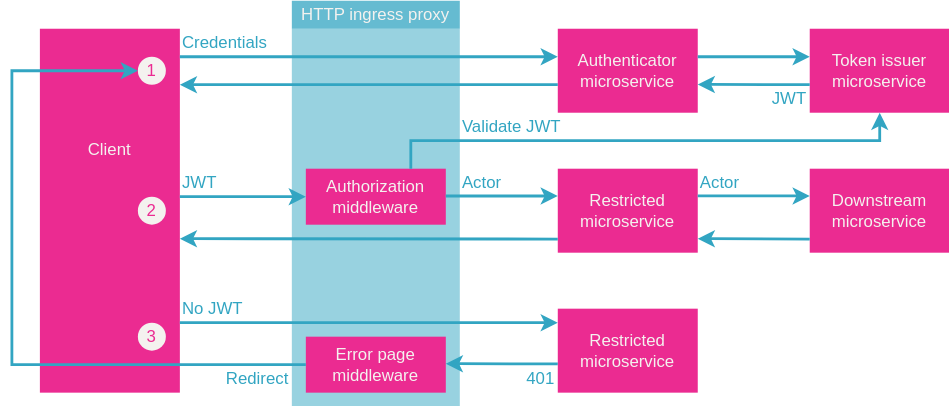
Earlier version of the draw.io export docs/blocks/authorization-1.drawio.svg (bhardwajRahul/fabric). Source tidied: cells renumbered, new cells last; positions are measured from the earlier drawing's top-left corner, leaving out a move shared by most shapes.
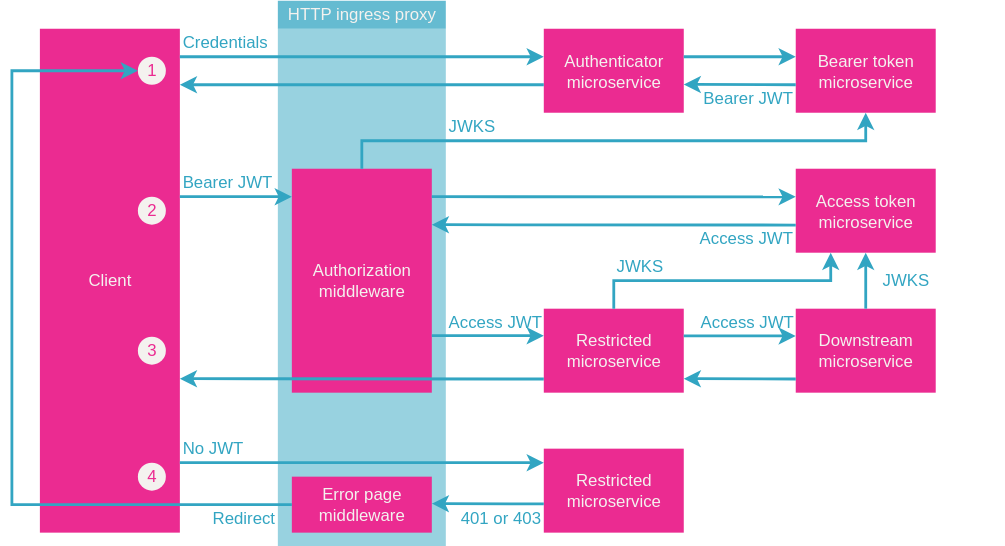
After the change.

Change to the diagram source:
```diff
@@ -2,43 +2,42 @@
   <root>
     <mxCell id="0" />
     <mxCell id="1" parent="0" />
-    <mxCell id="2" value="Client&lt;div&gt;&lt;br&gt;&lt;/div&gt;&lt;div&gt;&lt;br&gt;&lt;/div&gt;&lt;div&gt;&lt;br&gt;&lt;/div&gt;&lt;div&gt;&lt;br&gt;&lt;/div&gt;&lt;div&gt;&lt;br&gt;&lt;/div&gt;&lt;div&gt;&lt;br&gt;&lt;/div&gt;" style="rounded=0;whiteSpace=wrap;html=1;fontColor=#F4F2EF;strokeColor=none;fillColor=#EB2B91;align=center;verticalAlign=middle;fontFamily=Helvetica;fontSize=12;" parent="1" vertex="1">
-      <mxGeometry x="20" y="20" width="100" height="260" as="geometry" />
+    <mxCell id="2" value="Client" style="rounded=0;whiteSpace=wrap;html=1;fontColor=#F4F2EF;strokeColor=none;fillColor=#EB2B91;align=center;verticalAlign=middle;fontFamily=Helvetica;fontSize=12;" parent="1" vertex="1">
+      <mxGeometry x="30" y="20" width="100" height="360" as="geometry" />
     </mxCell>
     <mxCell id="3" style="rounded=0;whiteSpace=wrap;html=1;fillColor=#32A5C2;opacity=50;strokeColor=none;fontColor=#F4F2EF;" parent="1" vertex="1">
-      <mxGeometry x="200" y="20" width="120" height="270" as="geometry" />
+      <mxGeometry x="200" y="20" width="120" height="370" as="geometry" />
     </mxCell>
     <mxCell id="4" value="Authorization middleware" style="rounded=0;whiteSpace=wrap;html=1;fontColor=#F4F2EF;strokeColor=none;fillColor=#EB2B91;align=center;verticalAlign=middle;fontFamily=Helvetica;fontSize=12;" parent="1" vertex="1">
-      <mxGeometry x="210" y="120" width="100" height="40" as="geometry" />
+      <mxGeometry x="210" y="120" width="100" height="160" as="geometry" />
     </mxCell>
     <mxCell id="5" value="Authenticator microservice" style="rounded=0;whiteSpace=wrap;html=1;fontColor=#F4F2EF;strokeColor=none;fillColor=#EB2B91;align=center;verticalAlign=middle;fontFamily=Helvetica;fontSize=12;" parent="1" vertex="1">
       <mxGeometry x="390" y="20" width="100" height="60" as="geometry" />
     </mxCell>
-    <mxCell id="6" value="Token issuer&lt;div&gt;microservice&lt;/div&gt;" style="rounded=0;whiteSpace=wrap;html=1;fontColor=#F4F2EF;strokeColor=none;fillColor=#EB2B91;align=center;verticalAlign=middle;fontFamily=Helvetica;fontSize=12;" parent="1" vertex="1">
+    <mxCell id="6" value="Bearer token&lt;div&gt;microservice&lt;/div&gt;" style="rounded=0;whiteSpace=wrap;html=1;fontColor=#F4F2EF;strokeColor=none;fillColor=#EB2B91;align=center;verticalAlign=middle;fontFamily=Helvetica;fontSize=12;" parent="1" vertex="1">
       <mxGeometry x="570" y="20" width="100" height="60" as="geometry" />
     </mxCell>
-    <mxCell id="7" style="endArrow=classic;html=1;rounded=0;strokeWidth=2;strokeColor=#32A5C2;" parent="1" edge="1">
+    <mxCell id="7" style="endArrow=classic;html=1;rounded=0;strokeWidth=2;strokeColor=#32A5C2;exitX=0;exitY=1;exitDx=0;exitDy=0;" parent="1" edge="1" source="11">
       <mxGeometry relative="1" as="geometry">
-        <mxPoint x="120" y="40" as="sourcePoint" />
         <mxPoint x="390" y="40" as="targetPoint" />
       </mxGeometry>
     </mxCell>
-    <mxCell id="8" style="endArrow=classic;html=1;rounded=0;entryX=0.5;entryY=1;entryDx=0;entryDy=0;strokeWidth=2;strokeColor=#32A5C2;exitX=0.75;exitY=0;exitDx=0;exitDy=0;edgeStyle=orthogonalEdgeStyle;" parent="1" edge="1" source="4" target="6">
+    <mxCell id="8" style="endArrow=classic;html=1;rounded=0;entryX=0.5;entryY=1;entryDx=0;entryDy=0;strokeWidth=2;strokeColor=#32A5C2;exitX=0.5;exitY=0;exitDx=0;exitDy=0;edgeStyle=orthogonalEdgeStyle;" parent="1" edge="1" source="4" target="6">
       <mxGeometry relative="1" as="geometry" />
     </mxCell>
     <mxCell id="9" style="endArrow=classic;html=1;rounded=0;strokeWidth=2;strokeColor=#32A5C2;" parent="1" edge="1">
       <mxGeometry relative="1" as="geometry">
         <mxPoint x="390" y="60" as="sourcePoint" />
-        <mxPoint x="120" y="60" as="targetPoint" />
+        <mxPoint x="130" y="60" as="targetPoint" />
       </mxGeometry>
     </mxCell>
     <mxCell id="10" value="HTTP ingress proxy" style="rounded=0;whiteSpace=wrap;html=1;horizontal=1;strokeColor=none;fillColor=#32A5C2;opacity=75;shadow=0;fontColor=#F4F2EF;" parent="1" vertex="1">
       <mxGeometry x="200" width="120" height="20" as="geometry" />
     </mxCell>
     <mxCell id="11" value="Credentials" style="rounded=0;whiteSpace=wrap;html=1;dashed=1;fillColor=none;opacity=25;strokeColor=none;fontColor=#32A5C2;align=left;verticalAlign=middle;fontFamily=Helvetica;fontSize=12;" parent="1" vertex="1">
-      <mxGeometry x="120" y="20" width="70" height="20" as="geometry" />
+      <mxGeometry x="130" y="20" width="70" height="20" as="geometry" />
     </mxCell>
-    <mxCell id="12" value="JWT" style="rounded=0;whiteSpace=wrap;html=1;dashed=1;fillColor=none;opacity=25;strokeColor=none;fontColor=#32A5C2;align=right;verticalAlign=middle;fontFamily=Helvetica;fontSize=12;" parent="1" vertex="1">
+    <mxCell id="12" value="Bearer JWT" style="rounded=0;whiteSpace=wrap;html=1;dashed=1;fillColor=none;opacity=25;strokeColor=none;fontColor=#32A5C2;align=right;verticalAlign=middle;fontFamily=Helvetica;fontSize=12;" parent="1" vertex="1">
       <mxGeometry x="500" y="60" width="70" height="20" as="geometry" />
     </mxCell>
     <mxCell id="13" style="endArrow=classic;html=1;rounded=0;strokeWidth=2;strokeColor=#32A5C2;exitX=1;exitY=0.25;exitDx=0;exitDy=0;" parent="1" edge="1">
@@ -53,97 +52,125 @@
         <mxPoint x="490" y="59.8" as="targetPoint" />
       </mxGeometry>
     </mxCell>
-    <mxCell id="15" value="Validate JWT" style="rounded=0;whiteSpace=wrap;html=1;dashed=1;fillColor=none;opacity=25;strokeColor=none;fontColor=#32A5C2;align=left;verticalAlign=middle;fontFamily=Helvetica;fontSize=12;" parent="1" vertex="1">
+    <mxCell id="15" value="JWKS" style="rounded=0;whiteSpace=wrap;html=1;dashed=1;fillColor=none;opacity=25;strokeColor=none;fontColor=#32A5C2;align=left;verticalAlign=middle;fontFamily=Helvetica;fontSize=12;" parent="1" vertex="1">
       <mxGeometry x="320" y="80" width="90" height="20" as="geometry" />
     </mxCell>
     <mxCell id="16" value="1" style="ellipse;whiteSpace=wrap;html=1;rounded=0;align=center;verticalAlign=middle;fontFamily=Helvetica;fontSize=12;fontColor=#EB2B91;fillColor=#F4F2EF;strokeColor=none;" parent="1" vertex="1">
-      <mxGeometry x="90" y="40" width="20" height="20" as="geometry" />
+      <mxGeometry x="100" y="40" width="20" height="20" as="geometry" />
     </mxCell>
     <mxCell id="17" value="2" style="ellipse;whiteSpace=wrap;html=1;rounded=0;align=center;verticalAlign=middle;fontFamily=Helvetica;fontSize=12;fontColor=#EB2B91;fillColor=#F4F2EF;strokeColor=none;" parent="1" vertex="1">
-      <mxGeometry x="90" y="140" width="20" height="20" as="geometry" />
+      <mxGeometry x="100" y="140" width="20" height="20" as="geometry" />
     </mxCell>
-    <mxCell id="18" style="endArrow=classic;html=1;rounded=0;strokeWidth=2;strokeColor=#32A5C2;" parent="1" edge="1">
+    <mxCell id="18" style="endArrow=classic;html=1;rounded=0;strokeWidth=2;strokeColor=#32A5C2;exitX=0;exitY=1;exitDx=0;exitDy=0;" parent="1" edge="1" source="19">
       <mxGeometry relative="1" as="geometry">
-        <mxPoint x="120" y="140" as="sourcePoint" />
         <mxPoint x="210" y="140" as="targetPoint" />
       </mxGeometry>
     </mxCell>
-    <mxCell id="19" value="JWT" style="rounded=0;whiteSpace=wrap;html=1;dashed=1;fillColor=none;opacity=25;strokeColor=none;fontColor=#32A5C2;align=left;verticalAlign=middle;fontFamily=Helvetica;fontSize=12;" parent="1" vertex="1">
-      <mxGeometry x="120" y="120" width="70" height="20" as="geometry" />
+    <mxCell id="19" value="Bearer JWT" style="rounded=0;whiteSpace=wrap;html=1;dashed=1;fillColor=none;opacity=25;strokeColor=none;fontColor=#32A5C2;align=left;verticalAlign=middle;fontFamily=Helvetica;fontSize=12;" parent="1" vertex="1">
+      <mxGeometry x="130" y="120" width="70" height="20" as="geometry" />
     </mxCell>
     <mxCell id="20" value="Restricted&lt;div&gt;microservice&lt;/div&gt;" style="rounded=0;whiteSpace=wrap;html=1;fontColor=#F4F2EF;strokeColor=none;fillColor=#EB2B91;align=center;verticalAlign=middle;fontFamily=Helvetica;fontSize=12;" parent="1" vertex="1">
-      <mxGeometry x="390" y="120" width="100" height="60" as="geometry" />
+      <mxGeometry x="390" y="220" width="100" height="60" as="geometry" />
     </mxCell>
     <mxCell id="21" value="Downstream&lt;div&gt;microservice&lt;/div&gt;" style="rounded=0;whiteSpace=wrap;html=1;fontColor=#F4F2EF;strokeColor=none;fillColor=#EB2B91;align=center;verticalAlign=middle;fontFamily=Helvetica;fontSize=12;" parent="1" vertex="1">
-      <mxGeometry x="570" y="120" width="100" height="60" as="geometry" />
+      <mxGeometry x="570" y="220" width="100" height="60" as="geometry" />
     </mxCell>
     <mxCell id="22" style="endArrow=classic;html=1;rounded=0;strokeWidth=2;strokeColor=#32A5C2;exitX=1;exitY=0.25;exitDx=0;exitDy=0;" parent="1" edge="1">
       <mxGeometry relative="1" as="geometry">
-        <mxPoint x="310" y="139.5" as="sourcePoint" />
-        <mxPoint x="390" y="139.5" as="targetPoint" />
+        <mxPoint x="310" y="239.3" as="sourcePoint" />
+        <mxPoint x="390" y="239.3" as="targetPoint" />
       </mxGeometry>
     </mxCell>
     <mxCell id="23" style="endArrow=classic;html=1;rounded=0;strokeWidth=2;strokeColor=#32A5C2;" parent="1" edge="1">
       <mxGeometry relative="1" as="geometry">
-        <mxPoint x="390" y="170.2" as="sourcePoint" />
-        <mxPoint x="120" y="170" as="targetPoint" />
+        <mxPoint x="390" y="270.2" as="sourcePoint" />
+        <mxPoint x="130" y="270" as="targetPoint" />
       </mxGeometry>
     </mxCell>
     <mxCell id="24" style="endArrow=classic;html=1;rounded=0;strokeWidth=2;strokeColor=#32A5C2;exitX=1;exitY=0.25;exitDx=0;exitDy=0;" parent="1" edge="1">
       <mxGeometry relative="1" as="geometry">
-        <mxPoint x="490" y="139.5" as="sourcePoint" />
-        <mxPoint x="570" y="139.5" as="targetPoint" />
+        <mxPoint x="490" y="239.5" as="sourcePoint" />
+        <mxPoint x="570" y="239.5" as="targetPoint" />
       </mxGeometry>
     </mxCell>
     <mxCell id="25" style="endArrow=classic;html=1;rounded=0;strokeWidth=2;strokeColor=#32A5C2;entryX=1;entryY=0.5;entryDx=0;entryDy=0;" parent="1" edge="1">
       <mxGeometry relative="1" as="geometry">
-        <mxPoint x="570" y="170.2" as="sourcePoint" />
-        <mxPoint x="490" y="170" as="targetPoint" />
+        <mxPoint x="570" y="270.2" as="sourcePoint" />
+        <mxPoint x="490" y="270" as="targetPoint" />
       </mxGeometry>
     </mxCell>
     <mxCell id="26" value="Error page middleware" style="rounded=0;whiteSpace=wrap;html=1;fontColor=#F4F2EF;strokeColor=none;fillColor=#EB2B91;align=center;verticalAlign=middle;fontFamily=Helvetica;fontSize=12;" parent="1" vertex="1">
-      <mxGeometry x="210" y="240" width="100" height="40" as="geometry" />
+      <mxGeometry x="210" y="340" width="100" height="40" as="geometry" />
     </mxCell>
-    <mxCell id="27" style="endArrow=classic;html=1;rounded=0;strokeWidth=2;strokeColor=#32A5C2;" parent="1" edge="1">
+    <mxCell id="27" style="endArrow=classic;html=1;rounded=0;strokeWidth=2;strokeColor=#32A5C2;exitX=0;exitY=1;exitDx=0;exitDy=0;" parent="1" edge="1" source="29">
       <mxGeometry relative="1" as="geometry">
-        <mxPoint x="120" y="230" as="sourcePoint" />
-        <mxPoint x="390" y="230" as="targetPoint" />
+        <mxPoint x="390" y="330" as="targetPoint" />
       </mxGeometry>
     </mxCell>
-    <mxCell id="28" style="endArrow=classic;html=1;rounded=0;strokeWidth=2;strokeColor=#32A5C2;entryX=0;entryY=0.5;entryDx=0;entryDy=0;edgeStyle=elbowEdgeStyle;" parent="1" edge="1" target="16">
+    <mxCell id="28" style="endArrow=classic;html=1;rounded=0;strokeWidth=2;strokeColor=#32A5C2;entryX=0;entryY=0.5;entryDx=0;entryDy=0;edgeStyle=elbowEdgeStyle;exitX=0;exitY=0.5;exitDx=0;exitDy=0;" parent="1" edge="1" source="26" target="16">
       <mxGeometry relative="1" as="geometry">
-        <mxPoint x="210" y="260" as="sourcePoint" />
         <Array as="points">
-          <mxPoint y="150" />
+          <mxPoint x="10" y="210" />
         </Array>
       </mxGeometry>
     </mxCell>
     <mxCell id="29" value="No JWT" style="rounded=0;whiteSpace=wrap;html=1;dashed=1;fillColor=none;opacity=25;strokeColor=none;fontColor=#32A5C2;align=left;verticalAlign=middle;fontFamily=Helvetica;fontSize=12;" parent="1" vertex="1">
-      <mxGeometry x="120" y="210" width="60" height="20" as="geometry" />
+      <mxGeometry x="130" y="310" width="60" height="20" as="geometry" />
     </mxCell>
     <mxCell id="30" value="Restricted&lt;div&gt;microservice&lt;/div&gt;" style="rounded=0;whiteSpace=wrap;html=1;fontColor=#F4F2EF;strokeColor=none;fillColor=#EB2B91;align=center;verticalAlign=middle;fontFamily=Helvetica;fontSize=12;" parent="1" vertex="1">
-      <mxGeometry x="390" y="220" width="100" height="60" as="geometry" />
+      <mxGeometry x="390" y="320" width="100" height="60" as="geometry" />
     </mxCell>
     <mxCell id="31" style="endArrow=classic;html=1;rounded=0;strokeWidth=2;strokeColor=#32A5C2;entryX=1;entryY=0.5;entryDx=0;entryDy=0;" parent="1" edge="1">
       <mxGeometry relative="1" as="geometry">
-        <mxPoint x="390" y="259.5" as="sourcePoint" />
-        <mxPoint x="310" y="259.3" as="targetPoint" />
+        <mxPoint x="390" y="359.5" as="sourcePoint" />
+        <mxPoint x="310" y="359.3" as="targetPoint" />
       </mxGeometry>
     </mxCell>
-    <mxCell id="32" value="401" style="rounded=0;whiteSpace=wrap;html=1;dashed=1;fillColor=none;opacity=25;strokeColor=none;fontColor=#32A5C2;align=right;verticalAlign=middle;fontFamily=Helvetica;fontSize=12;" parent="1" vertex="1">
-      <mxGeometry x="320" y="260" width="70" height="20" as="geometry" />
+    <mxCell id="32" value="401 or 403" style="rounded=0;whiteSpace=wrap;html=1;dashed=1;fillColor=none;opacity=25;strokeColor=none;fontColor=#32A5C2;align=right;verticalAlign=middle;fontFamily=Helvetica;fontSize=12;" parent="1" vertex="1">
+      <mxGeometry x="320" y="360" width="70" height="20" as="geometry" />
     </mxCell>
-    <mxCell id="33" value="3" style="ellipse;whiteSpace=wrap;html=1;rounded=0;align=center;verticalAlign=middle;fontFamily=Helvetica;fontSize=12;fontColor=#EB2B91;fillColor=#F4F2EF;strokeColor=none;" parent="1" vertex="1">
-      <mxGeometry x="90" y="230" width="20" height="20" as="geometry" />
+    <mxCell id="33" value="4" style="ellipse;whiteSpace=wrap;html=1;rounded=0;align=center;verticalAlign=middle;fontFamily=Helvetica;fontSize=12;fontColor=#EB2B91;fillColor=#F4F2EF;strokeColor=none;" parent="1" vertex="1">
+      <mxGeometry x="100" y="330" width="20" height="20" as="geometry" />
     </mxCell>
-    <mxCell id="34" value="Actor" style="rounded=0;whiteSpace=wrap;html=1;dashed=1;fillColor=none;opacity=25;strokeColor=none;fontColor=#32A5C2;align=left;verticalAlign=middle;fontFamily=Helvetica;fontSize=12;" parent="1" vertex="1">
-      <mxGeometry x="320" y="120" width="70" height="20" as="geometry" />
+    <mxCell id="34" value="Access JWT" style="rounded=0;whiteSpace=wrap;html=1;dashed=1;fillColor=none;opacity=25;strokeColor=none;fontColor=#32A5C2;align=left;verticalAlign=middle;fontFamily=Helvetica;fontSize=12;" parent="1" vertex="1">
+      <mxGeometry x="320" y="220" width="70" height="20" as="geometry" />
     </mxCell>
-    <mxCell id="35" value="Actor" style="rounded=0;whiteSpace=wrap;html=1;dashed=1;fillColor=none;opacity=25;strokeColor=none;fontColor=#32A5C2;align=left;verticalAlign=middle;fontFamily=Helvetica;fontSize=12;" parent="1" vertex="1">
-      <mxGeometry x="490" y="120" width="70" height="20" as="geometry" />
+    <mxCell id="35" value="Access JWT" style="rounded=0;whiteSpace=wrap;html=1;dashed=1;fillColor=none;opacity=25;strokeColor=none;fontColor=#32A5C2;align=left;verticalAlign=middle;fontFamily=Helvetica;fontSize=12;" parent="1" vertex="1">
+      <mxGeometry x="500" y="220" width="70" height="20" as="geometry" />
     </mxCell>
     <mxCell id="36" value="Redirect" style="rounded=0;whiteSpace=wrap;html=1;dashed=1;fillColor=none;opacity=25;strokeColor=none;fontColor=#32A5C2;align=right;verticalAlign=middle;fontFamily=Helvetica;fontSize=12;" parent="1" vertex="1">
-      <mxGeometry x="150" y="260" width="50" height="20" as="geometry" />
+      <mxGeometry x="150" y="360" width="50" height="20" as="geometry" />
     </mxCell>
+    <mxCell id="37" value="Access token&lt;div&gt;microservice&lt;/div&gt;" style="rounded=0;whiteSpace=wrap;html=1;fontColor=#F4F2EF;strokeColor=none;fillColor=#EB2B91;align=center;verticalAlign=middle;fontFamily=Helvetica;fontSize=12;" parent="1" vertex="1">
+      <mxGeometry x="570" y="120" width="100" height="60" as="geometry" />
+    </mxCell>
+    <mxCell id="38" style="endArrow=classic;html=1;rounded=0;strokeWidth=2;strokeColor=#32A5C2;exitX=1;exitY=0.25;exitDx=0;exitDy=0;entryX=0;entryY=0.335;entryDx=0;entryDy=0;entryPerimeter=0;" parent="1" edge="1" target="37">
+      <mxGeometry relative="1" as="geometry">
+        <mxPoint x="310" y="140" as="sourcePoint" />
+      </mxGeometry>
+    </mxCell>
+    <mxCell id="39" value="Access JWT" style="rounded=0;whiteSpace=wrap;html=1;dashed=1;fillColor=none;opacity=25;strokeColor=none;fontColor=#32A5C2;align=right;verticalAlign=middle;fontFamily=Helvetica;fontSize=12;" parent="1" vertex="1">
+      <mxGeometry x="500" y="160.2" width="70" height="20" as="geometry" />
+    </mxCell>
+    <mxCell id="40" style="endArrow=classic;html=1;rounded=0;strokeWidth=2;strokeColor=#32A5C2;entryX=1;entryY=0.25;entryDx=0;entryDy=0;" parent="1" edge="1" target="4">
+      <mxGeometry relative="1" as="geometry">
+        <mxPoint x="570" y="160.2" as="sourcePoint" />
+      </mxGeometry>
+    </mxCell>
+    <mxCell id="41" style="endArrow=classic;html=1;rounded=0;entryX=0.25;entryY=1;entryDx=0;entryDy=0;strokeWidth=2;strokeColor=#32A5C2;exitX=0.5;exitY=0;exitDx=0;exitDy=0;edgeStyle=orthogonalEdgeStyle;" parent="1" edge="1" source="20" target="37">
+      <mxGeometry relative="1" as="geometry" />
+    </mxCell>
+    <mxCell id="42" value="JWKS" style="rounded=0;whiteSpace=wrap;html=1;dashed=1;fillColor=none;opacity=25;strokeColor=none;fontColor=#32A5C2;align=left;verticalAlign=middle;fontFamily=Helvetica;fontSize=12;" parent="1" vertex="1">
+      <mxGeometry x="440" y="180" width="90" height="20" as="geometry" />
+    </mxCell>
+    <mxCell id="43" style="endArrow=classic;html=1;rounded=0;strokeWidth=2;strokeColor=#32A5C2;entryX=0.5;entryY=1;entryDx=0;entryDy=0;exitX=0.5;exitY=0;exitDx=0;exitDy=0;" parent="1" edge="1" source="21" target="37">
+      <mxGeometry relative="1" as="geometry" />
+    </mxCell>
+    <mxCell id="44" value="JWKS" style="rounded=0;whiteSpace=wrap;html=1;dashed=1;fillColor=none;opacity=25;strokeColor=none;fontColor=#32A5C2;align=left;verticalAlign=middle;fontFamily=Helvetica;fontSize=12;" parent="1" vertex="1">
+      <mxGeometry x="630" y="190" width="90" height="20" as="geometry" />
+    </mxCell>
+    <mxCell id="45" value="3" style="ellipse;whiteSpace=wrap;html=1;rounded=0;align=center;verticalAlign=middle;fontFamily=Helvetica;fontSize=12;fontColor=#EB2B91;fillColor=#F4F2EF;strokeColor=none;" parent="1" vertex="1">
+      <mxGeometry x="100" y="240" width="20" height="20" as="geometry" />
+    </mxCell>
   </root>
 </mxGraphModel>
```
